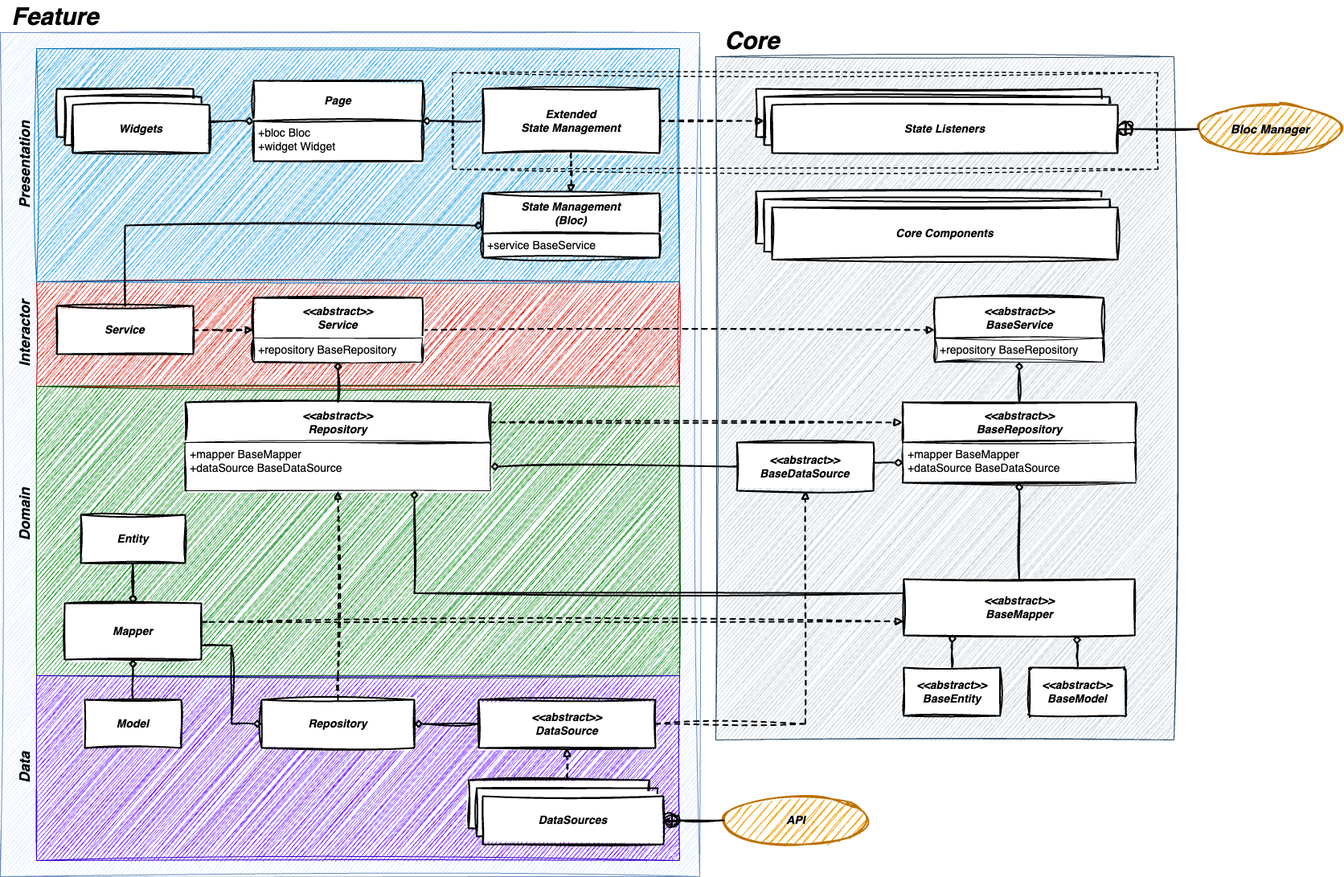
The draw.io diagram architecture.drawio.png in hamed-rezaee/flutter_component_architecture_poc, before a commit. Source tidied: cells renumbered, new cells last; positions are measured from the earlier drawing's top-left corner, leaving out a move shared by most shapes.
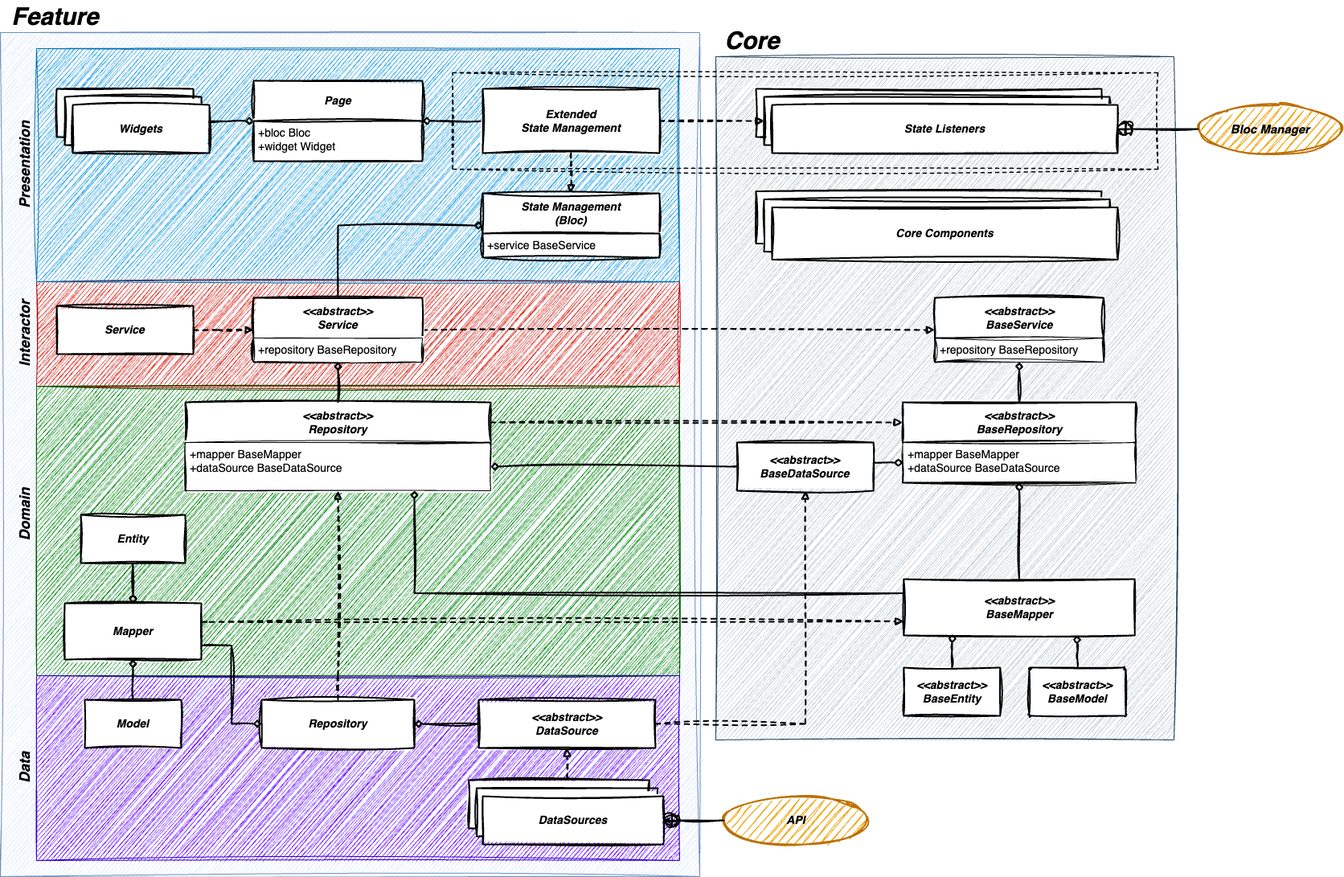
After the change.

Commit message:
update class diagram

What changed in the source:
```diff
@@ -277,10 +277,10 @@
     <mxCell id="75" style="edgeStyle=orthogonalEdgeStyle;rounded=0;jettySize=auto;html=1;exitX=1;exitY=0.75;exitDx=0;exitDy=0;entryX=0;entryY=0.5;entryDx=0;entryDy=0;endArrow=diamond;endFill=0;sketch=1;curveFitting=1;jiggle=2;strokeWidth=2;" parent="1" edge="1" source="9" target="21">
       <mxGeometry relative="1" as="geometry" />
     </mxCell>
-    <mxCell id="76" style="edgeStyle=orthogonalEdgeStyle;rounded=0;jettySize=auto;html=1;exitX=0.5;exitY=0;exitDx=0;exitDy=0;entryX=0;entryY=0.5;entryDx=0;entryDy=0;endArrow=diamond;endFill=0;sketch=1;curveFitting=1;jiggle=2;strokeWidth=2;" parent="1" edge="1" source="23" target="24">
+    <mxCell id="76" style="edgeStyle=orthogonalEdgeStyle;rounded=0;jettySize=auto;html=1;exitX=0.5;exitY=0;exitDx=0;exitDy=0;entryX=0;entryY=0.5;entryDx=0;entryDy=0;endArrow=diamond;endFill=0;sketch=1;curveFitting=1;jiggle=2;strokeWidth=2;" parent="1" edge="1" source="19" target="24">
       <mxGeometry relative="1" as="geometry">
         <Array as="points">
-          <mxPoint x="155" y="280" />
+          <mxPoint x="420" y="280" />
         </Array>
       </mxGeometry>
     </mxCell>
```
